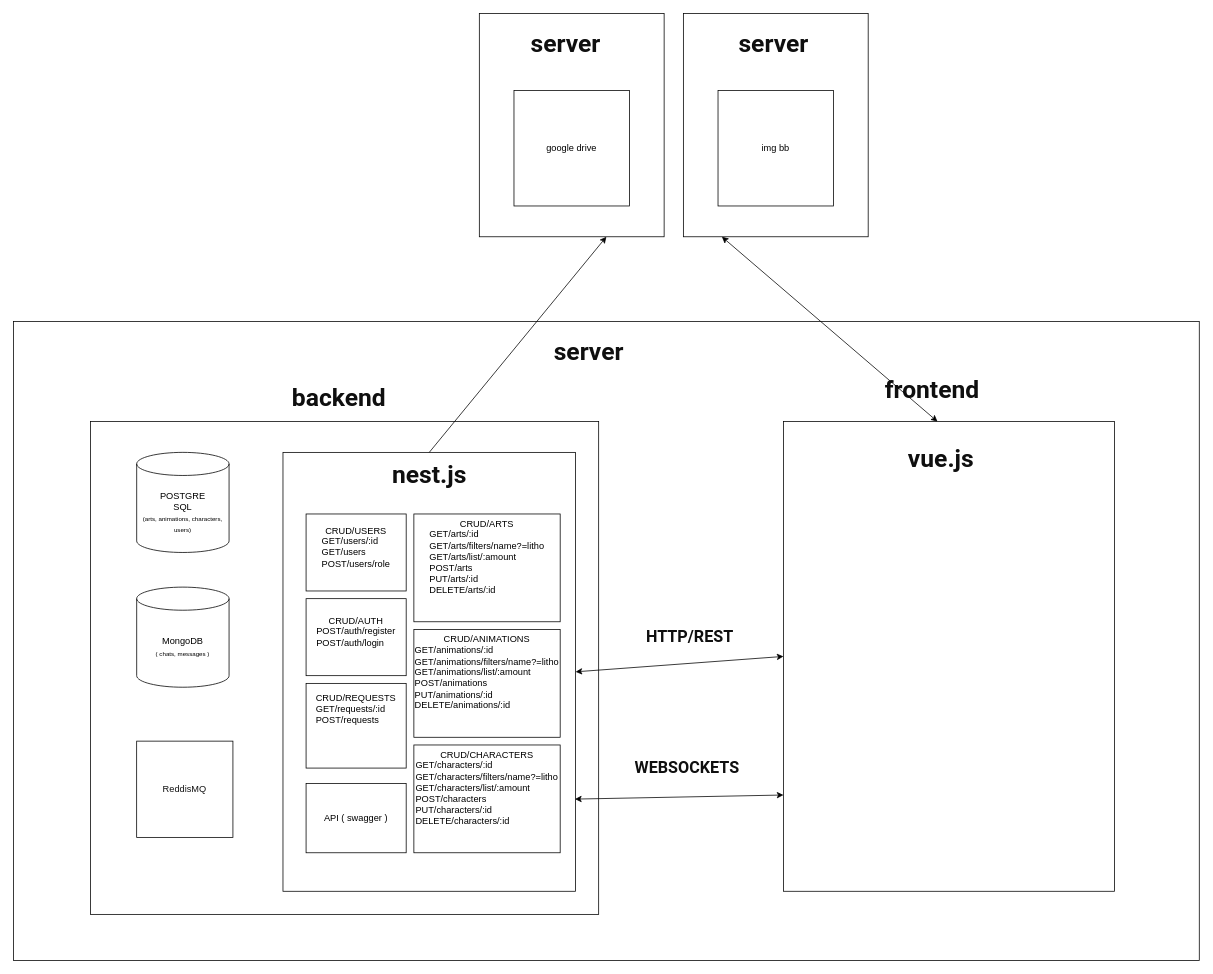
Earlier version of the draw.io diagram Untitled Diagram.drawio (Alec-litho/lupisvulpes-backend). Source tidied: cells renumbered, new cells numbered last; positions are measured from the earlier drawing's top-left corner, leaving out a move shared by most shapes. Both pictures are drawn from the tidied source at 77%, with x=0, y=0 at pixel (13, 13).
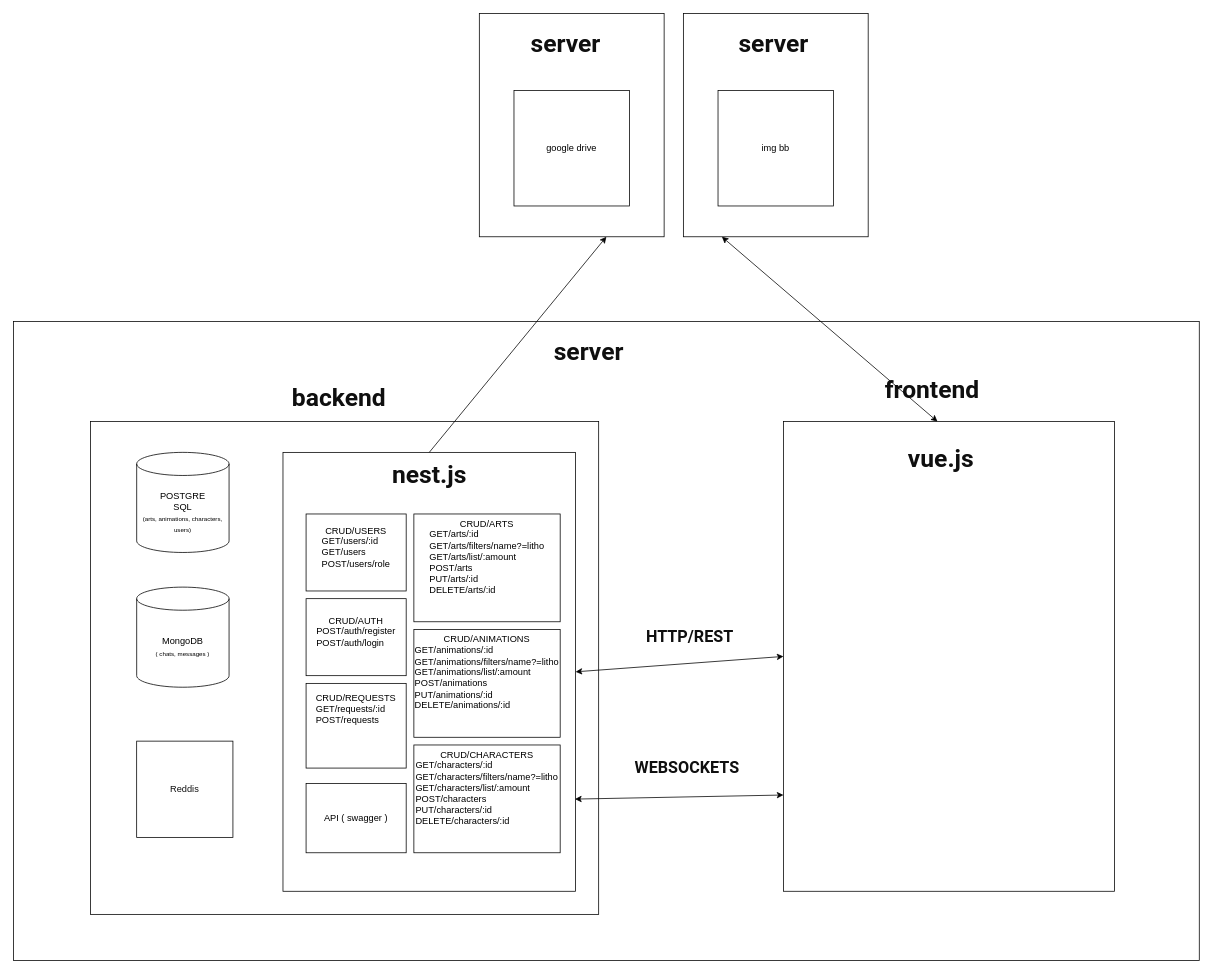
Above is the later version.

Diff of the diagram source:
```diff
@@
-    <mxCell id="32" value="&lt;br&gt;&lt;font color=&quot;#121212&quot;&gt;&lt;span style=&quot;background-color: light-dark(#ffffff, var(--ge-dark-color, #121212));&quot;&gt;ReddisMQ&lt;/span&gt;&lt;/font&gt;&lt;div&gt;&lt;br&gt;&lt;/div&gt;" style="whiteSpace=wrap;html=1;" parent="1" vertex="1">
+    <mxCell id="32" value="&lt;br&gt;&lt;font color=&quot;#121212&quot;&gt;&lt;span style=&quot;background-color: light-dark(#ffffff, var(--ge-dark-color, #121212));&quot;&gt;Reddis&lt;/span&gt;&lt;/font&gt;&lt;div&gt;&lt;br&gt;&lt;/div&gt;" style="whiteSpace=wrap;html=1;" parent="1" vertex="1">
       <mxGeometry x="160" y="945" width="125" height="125" as="geometry" />
     </mxCell>
```
